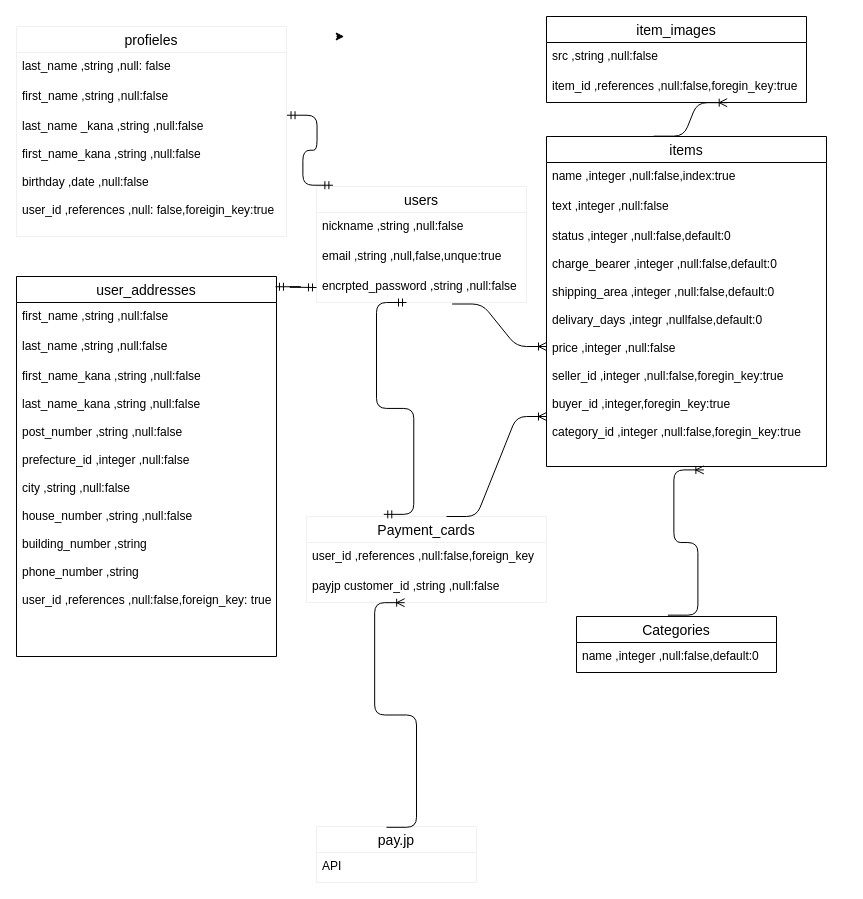
This is app/views/database.dio from takared44/furima-36069, a draw.io file, before an edit. Source tidied: cells renumbered, new cells numbered last; positions are measured from the earlier drawing's top-left corner, leaving out a move shared by most shapes. Both pictures are drawn from the tidied source at 100%, with x=0, y=0 at pixel (16, 16).
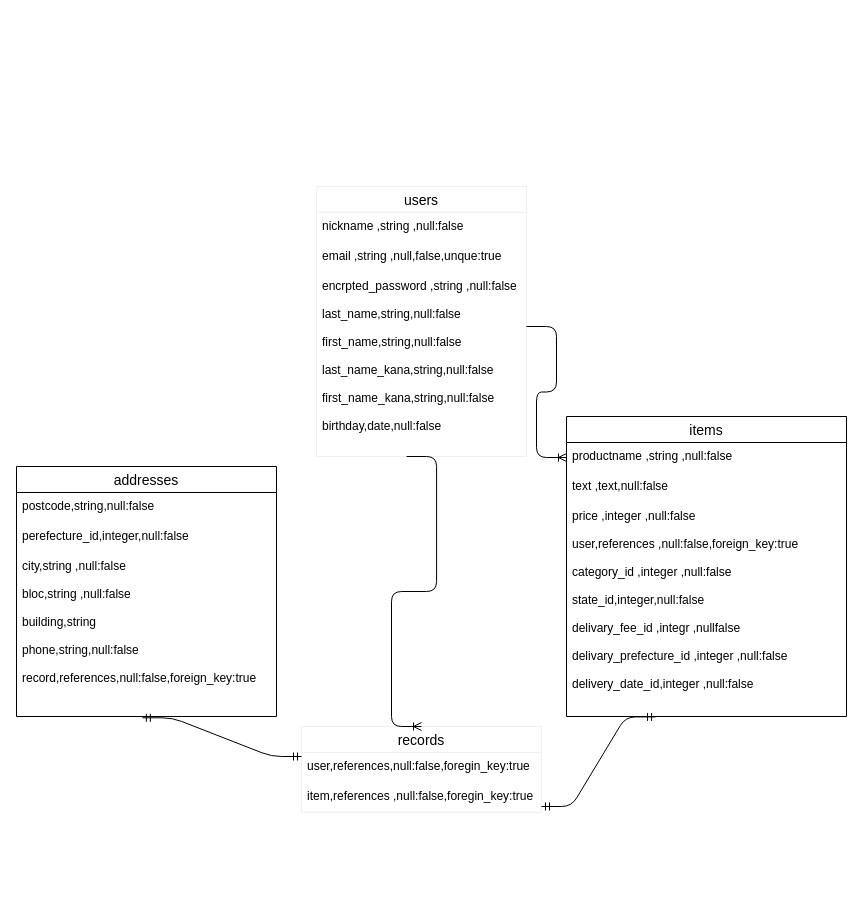
After the change.

Commit message (it also covers changes not shown here):
データベース１から見直し

Change to the diagram source:
```diff
@@
-    <mxCell id="2" style="edgeStyle=orthogonalEdgeStyle;rounded=0;orthogonalLoop=1;jettySize=auto;html=1;exitX=0;exitY=0;exitDx=0;exitDy=0;entryX=0.048;entryY=-0.01;entryDx=0;entryDy=0;entryPerimeter=0;" parent="1" edge="1">
-      <mxGeometry relative="1" as="geometry">
-        <mxPoint x="320" y="20" as="sourcePoint" />
-        <mxPoint x="327.7" y="19.5" as="targetPoint" />
-      </mxGeometry>
-    </mxCell>
     <mxCell id="3" value="users" style="swimlane;fontStyle=0;horizontal=1;startSize=26;align=center;fontSize=14;strokeColor=#f0f0f0;" parent="1" vertex="1">
-      <mxGeometry x="300" y="170" width="210" height="116" as="geometry" />
+      <mxGeometry x="300" y="170" width="210" height="270" as="geometry" />
     </mxCell>
@@
-    <mxCell id="6" value="encrpted_password ,string ,null:false" style="text;strokeColor=none;fillColor=none;spacingLeft=4;spacingRight=4;overflow=hidden;points=[[0,0.5],[1,0.5]];portConstraint=eastwest;fontSize=12;" parent="3" vertex="1">
-      <mxGeometry y="86" width="210" height="30" as="geometry" />
+    <mxCell id="6" value="encrpted_password ,string ,null:false&#10;&#10;last_name,string,null:false&#10;&#10;first_name,string,null:false&#10;&#10;last_name_kana,string,null:false&#10;&#10;first_name_kana,string,null:false&#10;&#10;birthday,date,null:false&#10;" style="text;strokeColor=none;fillColor=none;spacingLeft=4;spacingRight=4;overflow=hidden;points=[[0,0.5],[1,0.5]];portConstraint=eastwest;fontSize=12;" parent="3" vertex="1">
+      <mxGeometry y="86" width="210" height="184" as="geometry" />
     </mxCell>
-    <mxCell id="7" value="Payment_cards" style="swimlane;fontStyle=0;horizontal=1;startSize=26;align=center;fontSize=14;strokeColor=#f0f0f0;" parent="1" vertex="1">
-      <mxGeometry x="290" y="500" width="240" height="86" as="geometry" />
+    <mxCell id="7" value="records" style="swimlane;fontStyle=0;horizontal=1;startSize=26;align=center;fontSize=14;strokeColor=#f0f0f0;" parent="1" vertex="1">
+      <mxGeometry x="285" y="710" width="240" height="86" as="geometry" />
     </mxCell>
-    <mxCell id="8" value="user_id ,references ,null:false,foreign_key" style="text;strokeColor=none;fillColor=none;spacingLeft=4;spacingRight=4;overflow=hidden;fontSize=12;" parent="7" vertex="1">
+    <mxCell id="8" value="user,references,null:false,foregin_key:true" style="text;strokeColor=none;fillColor=none;spacingLeft=4;spacingRight=4;overflow=hidden;fontSize=12;" parent="7" vertex="1">
       <mxGeometry y="26" width="240" height="30" as="geometry" />
     </mxCell>
-    <mxCell id="9" value="payjp customer_id ,string ,null:false" style="text;strokeColor=none;fillColor=none;spacingLeft=4;spacingRight=4;overflow=hidden;points=[[0,0.5],[1,0.5]];portConstraint=eastwest;fontSize=12;" parent="7" vertex="1">
+    <mxCell id="9" value="item,references ,null:false,foregin_key:true" style="text;strokeColor=none;fillColor=none;spacingLeft=4;spacingRight=4;overflow=hidden;points=[[0,0.5],[1,0.5]];portConstraint=eastwest;fontSize=12;" parent="7" vertex="1">
       <mxGeometry y="56" width="240" height="30" as="geometry" />
     </mxCell>
-    <mxCell id="10" value="pay.jp" style="swimlane;fontStyle=0;horizontal=1;startSize=26;align=center;fontSize=14;strokeColor=#f0f0f0;" parent="1" vertex="1">
-      <mxGeometry x="300" y="810" width="160" height="56" as="geometry" />
-    </mxCell>
-    <mxCell id="11" value="API" style="text;strokeColor=none;fillColor=none;spacingLeft=4;spacingRight=4;overflow=hidden;fontSize=12;" parent="10" vertex="1">
-      <mxGeometry y="26" width="160" height="30" as="geometry" />
-    </mxCell>
-    <mxCell id="12" value="profieles" style="swimlane;fontStyle=0;horizontal=1;startSize=26;align=center;fontSize=14;strokeColor=#f0f0f0;" parent="1" vertex="1">
-      <mxGeometry y="10" width="270" height="210" as="geometry" />
-    </mxCell>
-    <mxCell id="13" value="last_name ,string ,null: false" style="text;strokeColor=none;fillColor=none;spacingLeft=4;spacingRight=4;overflow=hidden;fontSize=12;" parent="12" vertex="1">
-      <mxGeometry y="26" width="270" height="30" as="geometry" />
-    </mxCell>
-    <mxCell id="14" value="first_name ,string ,null:false" style="text;strokeColor=none;fillColor=none;spacingLeft=4;spacingRight=4;overflow=hidden;fontSize=12;" parent="12" vertex="1">
-      <mxGeometry y="56" width="270" height="30" as="geometry" />
-    </mxCell>
-    <mxCell id="15" value="last_name _kana ,string ,null:false&#10;&#10;first_name_kana ,string ,null:false&#10;&#10;birthday ,date ,null:false&#10;&#10;user_id ,references ,null: false,foreigin_key:true " style="text;strokeColor=none;fillColor=none;spacingLeft=4;spacingRight=4;overflow=hidden;points=[[0,0.5],[1,0.5]];portConstraint=eastwest;fontSize=12;" parent="12" vertex="1">
-      <mxGeometry y="86" width="270" height="124" as="geometry" />
-    </mxCell>
-    <mxCell id="16" value="user_addresses" style="swimlane;fontStyle=0;horizontal=1;startSize=26;align=center;fontSize=14;fillColor=none;gradientColor=none;" parent="1" vertex="1">
-      <mxGeometry y="260" width="260" height="380" as="geometry" />
+    <mxCell id="16" value="addresses" style="swimlane;fontStyle=0;horizontal=1;startSize=26;align=center;fontSize=14;fillColor=none;gradientColor=none;" parent="1" vertex="1">
+      <mxGeometry y="450" width="260" height="250" as="geometry" />
     </mxCell>
-    <mxCell id="17" value="first_name ,string ,null:false" style="text;strokeColor=none;fillColor=none;spacingLeft=4;spacingRight=4;overflow=hidden;fontSize=12;" parent="16" vertex="1">
+    <mxCell id="17" value="postcode,string,null:false" style="text;strokeColor=none;fillColor=none;spacingLeft=4;spacingRight=4;overflow=hidden;fontSize=12;" parent="16" vertex="1">
       <mxGeometry y="26" width="260" height="30" as="geometry" />
     </mxCell>
-    <mxCell id="18" value="last_name ,string ,null:false" style="text;strokeColor=none;fillColor=none;spacingLeft=4;spacingRight=4;overflow=hidden;fontSize=12;" parent="16" vertex="1">
+    <mxCell id="18" value="perefecture_id,integer,null:false" style="text;strokeColor=none;fillColor=none;spacingLeft=4;spacingRight=4;overflow=hidden;fontSize=12;" parent="16" vertex="1">
       <mxGeometry y="56" width="260" height="30" as="geometry" />
     </mxCell>
-    <mxCell id="19" value="first_name_kana ,string ,null:false&#10;&#10;last_name_kana ,string ,null:false&#10;&#10;post_number ,string ,null:false&#10;&#10;prefecture_id ,integer ,null:false&#10;&#10;city ,string ,null:false&#10;&#10;house_number ,string ,null:false&#10;&#10;building_number ,string&#10;&#10;phone_number ,string&#10;&#10;user_id ,references ,null:false,foreign_key: true&#10;&#10;&#10;&#10;&#10;&#10;&#10;" style="text;strokeColor=none;fillColor=none;spacingLeft=4;spacingRight=4;overflow=hidden;points=[[0,0.5],[1,0.5]];portConstraint=eastwest;fontSize=12;" parent="16" vertex="1">
-      <mxGeometry y="86" width="260" height="294" as="geometry" />
+    <mxCell id="19" value="city,string ,null:false&#10;&#10;bloc,string ,null:false&#10;&#10;building,string&#10;&#10;phone,string,null:false&#10;&#10;record,references,null:false,foreign_key:true&#10;&#10;&#10;&#10;&#10;&#10;&#10;&#10;&#10;&#10;&#10;&#10;&#10;&#10;" style="text;strokeColor=none;fillColor=none;spacingLeft=4;spacingRight=4;overflow=hidden;points=[[0,0.5],[1,0.5]];portConstraint=eastwest;fontSize=12;" parent="16" vertex="1">
+      <mxGeometry y="86" width="260" height="164" as="geometry" />
     </mxCell>
-    <mxCell id="20" value="item_images" style="swimlane;fontStyle=0;horizontal=1;startSize=26;align=center;fontSize=14;fillColor=none;gradientColor=none;" parent="1" vertex="1">
-      <mxGeometry x="530" width="260" height="86" as="geometry" />
-    </mxCell>
-    <mxCell id="21" value="src ,string ,null:false" style="text;strokeColor=none;fillColor=none;spacingLeft=4;spacingRight=4;overflow=hidden;fontSize=12;" parent="20" vertex="1">
-      <mxGeometry y="26" width="260" height="30" as="geometry" />
-    </mxCell>
-    <mxCell id="22" value="item_id ,references ,null:false,foregin_key:true" style="text;strokeColor=none;fillColor=none;spacingLeft=4;spacingRight=4;overflow=hidden;points=[[0,0.5],[1,0.5]];portConstraint=eastwest;fontSize=12;" parent="20" vertex="1">
-      <mxGeometry y="56" width="260" height="30" as="geometry" />
-    </mxCell>
     <mxCell id="23" value="items" style="swimlane;fontStyle=0;horizontal=1;startSize=26;align=center;fontSize=14;fillColor=none;gradientColor=none;" parent="1" vertex="1">
-      <mxGeometry x="530" y="120" width="280" height="330" as="geometry" />
+      <mxGeometry x="550" y="400" width="280" height="300" as="geometry" />
     </mxCell>
-    <mxCell id="24" value="name ,integer ,null:false,index:true" style="text;strokeColor=none;fillColor=none;spacingLeft=4;spacingRight=4;overflow=hidden;points=[[0,0.5],[1,0.5]];portConstraint=eastwest;fontSize=12;" parent="23" vertex="1">
+    <mxCell id="24" value="productname ,string ,null:false" style="text;strokeColor=none;fillColor=none;spacingLeft=4;spacingRight=4;overflow=hidden;points=[[0,0.5],[1,0.5]];portConstraint=eastwest;fontSize=12;" parent="23" vertex="1">
       <mxGeometry y="26" width="280" height="30" as="geometry" />
     </mxCell>
-    <mxCell id="25" value="text ,integer ,null:false" style="text;strokeColor=none;fillColor=none;spacingLeft=4;spacingRight=4;overflow=hidden;fontSize=12;" parent="23" vertex="1">
+    <mxCell id="25" value="text ,text,null:false" style="text;strokeColor=none;fillColor=none;spacingLeft=4;spacingRight=4;overflow=hidden;fontSize=12;" parent="23" vertex="1">
       <mxGeometry y="56" width="280" height="30" as="geometry" />
     </mxCell>
-    <mxCell id="26" value="status ,integer ,null:false,default:0&#10;&#10;charge_bearer ,integer ,null:false,default:0&#10;&#10;shipping_area ,integer ,null:false,default:0&#10;&#10;delivary_days ,integr ,nullfalse,default:0&#10;&#10;price ,integer ,null:false&#10;&#10;seller_id ,integer ,null:false,foregin_key:true&#10;&#10;buyer_id ,integer,foregin_key:true&#10;&#10;category_id ,integer ,null:false,foregin_key:true&#10;&#10;" style="text;strokeColor=none;fillColor=none;spacingLeft=4;spacingRight=4;overflow=hidden;points=[[0,0.5],[1,0.5]];portConstraint=eastwest;fontSize=12;" parent="23" vertex="1">
-      <mxGeometry y="86" width="280" height="244" as="geometry" />
+    <mxCell id="26" value="price ,integer ,null:false&#10;&#10;user,references ,null:false,foreign_key:true&#10;&#10;category_id ,integer ,null:false&#10;&#10;state_id,integer,null:false&#10;&#10;delivary_fee_id ,integr ,nullfalse&#10;&#10;delivary_prefecture_id ,integer ,null:false&#10;&#10;delivery_date_id,integer ,null:false&#10;&#10;&#10;&#10;&#10;" style="text;strokeColor=none;fillColor=none;spacingLeft=4;spacingRight=4;overflow=hidden;points=[[0,0.5],[1,0.5]];portConstraint=eastwest;fontSize=12;" parent="23" vertex="1">
+      <mxGeometry y="86" width="280" height="214" as="geometry" />
     </mxCell>
-    <mxCell id="27" value="Categories" style="swimlane;fontStyle=0;horizontal=1;startSize=26;align=center;fontSize=14;fillColor=none;gradientColor=none;" parent="1" vertex="1">
-      <mxGeometry x="560" y="600" width="200" height="56" as="geometry" />
-    </mxCell>
-    <mxCell id="28" value="name ,integer ,null:false,default:0" style="text;strokeColor=none;fillColor=none;spacingLeft=4;spacingRight=4;overflow=hidden;fontSize=12;" parent="27" vertex="1">
-      <mxGeometry y="26" width="200" height="30" as="geometry" />
-    </mxCell>
-    <mxCell id="29" style="edgeStyle=entityRelationEdgeStyle;fontSize=12;html=1;endArrow=ERoneToMany;exitX=0.383;exitY=-0.001;exitDx=0;exitDy=0;exitPerimeter=0;entryX=0.695;entryY=1.006;entryDx=0;entryDy=0;entryPerimeter=0;" parent="1" edge="1" source="23" target="22">
-      <mxGeometry relative="1" as="geometry" />
-    </mxCell>
-    <mxCell id="30" style="edgeStyle=entityRelationEdgeStyle;fontSize=12;html=1;endArrow=ERoneToMany;exitX=0.457;exitY=-0.024;exitDx=0;exitDy=0;exitPerimeter=0;entryX=0.562;entryY=1.014;entryDx=0;entryDy=0;entryPerimeter=0;" parent="1" edge="1" source="27" target="26">
-      <mxGeometry relative="1" as="geometry" />
-    </mxCell>
-    <mxCell id="31" style="edgeStyle=entityRelationEdgeStyle;fontSize=12;html=1;endArrow=ERoneToMany;" parent="1" edge="1">
-      <mxGeometry relative="1" as="geometry">
-        <mxPoint x="430" y="500" as="sourcePoint" />
-        <mxPoint x="530" y="400" as="targetPoint" />
-      </mxGeometry>
-    </mxCell>
-    <mxCell id="32" style="edgeStyle=entityRelationEdgeStyle;fontSize=12;html=1;endArrow=ERoneToMany;entryX=0.409;entryY=1.006;entryDx=0;entryDy=0;entryPerimeter=0;" parent="1" edge="1" target="9">
-      <mxGeometry relative="1" as="geometry">
-        <mxPoint x="370" y="810.8" as="sourcePoint" />
-      </mxGeometry>
-    </mxCell>
-    <mxCell id="33" style="edgeStyle=entityRelationEdgeStyle;fontSize=12;html=1;endArrow=ERoneToMany;exitX=0.646;exitY=1.05;exitDx=0;exitDy=0;exitPerimeter=0;" parent="1" edge="1" source="6">
-      <mxGeometry relative="1" as="geometry">
-        <mxPoint x="530" y="330" as="targetPoint" />
-      </mxGeometry>
-    </mxCell>
-    <mxCell id="34" style="edgeStyle=entityRelationEdgeStyle;fontSize=12;html=1;endArrow=ERmandOne;startArrow=ERmandOne;entryX=1.002;entryY=0.022;entryDx=0;entryDy=0;entryPerimeter=0;exitX=0.078;exitY=-0.011;exitDx=0;exitDy=0;exitPerimeter=0;" parent="1" edge="1" source="3" target="15">
-      <mxGeometry relative="1" as="geometry" />
-    </mxCell>
-    <mxCell id="35" style="edgeStyle=entityRelationEdgeStyle;fontSize=12;html=1;endArrow=ERmandOne;startArrow=ERmandOne;entryX=0;entryY=0.5;entryDx=0;entryDy=0;exitX=0.996;exitY=0.027;exitDx=0;exitDy=0;exitPerimeter=0;" parent="1" edge="1" source="16" target="6">
-      <mxGeometry relative="1" as="geometry" />
-    </mxCell>
-    <mxCell id="36" style="edgeStyle=entityRelationEdgeStyle;fontSize=12;html=1;endArrow=ERmandOne;startArrow=ERmandOne;exitX=0.322;exitY=-0.025;exitDx=0;exitDy=0;exitPerimeter=0;" parent="1" edge="1" source="7">
-      <mxGeometry relative="1" as="geometry">
-        <mxPoint x="390" y="286" as="targetPoint" />
-      </mxGeometry>
-    </mxCell>
+    <mxCell id="37" style="edgeStyle=entityRelationEdgeStyle;fontSize=12;html=1;endArrow=ERoneToMany;" parent="1" edge="1" target="24">
+      <mxGeometry relative="1" as="geometry">
+        <mxPoint x="510" y="310" as="sourcePoint" />
+      </mxGeometry>
+    </mxCell>
+    <mxCell id="38" style="edgeStyle=entityRelationEdgeStyle;fontSize=12;html=1;endArrow=ERoneToMany;exitX=0.429;exitY=1;exitDx=0;exitDy=0;exitPerimeter=0;entryX=0.5;entryY=0;entryDx=0;entryDy=0;" parent="1" edge="1" source="6" target="7">
+      <mxGeometry relative="1" as="geometry" />
+    </mxCell>
+    <mxCell id="39" style="edgeStyle=entityRelationEdgeStyle;fontSize=12;html=1;endArrow=ERmandOne;startArrow=ERmandOne;entryX=0.318;entryY=1.002;entryDx=0;entryDy=0;entryPerimeter=0;" parent="1" edge="1" target="26">
+      <mxGeometry relative="1" as="geometry">
+        <mxPoint x="525" y="790" as="sourcePoint" />
+      </mxGeometry>
+    </mxCell>
+    <mxCell id="40" style="edgeStyle=entityRelationEdgeStyle;fontSize=12;html=1;endArrow=ERmandOne;startArrow=ERmandOne;exitX=0.484;exitY=1.008;exitDx=0;exitDy=0;exitPerimeter=0;" parent="1" edge="1" source="19">
+      <mxGeometry relative="1" as="geometry">
+        <mxPoint x="285" y="740" as="targetPoint" />
+      </mxGeometry>
+    </mxCell>
```
